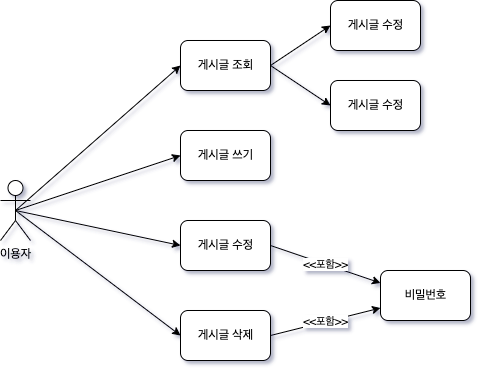
Earlier version of the draw.io export document/Use Case.png (jangjh45/hanghae_Spring_Report). Source tidied: cells renumbered, new cells last; positions are measured from the earlier drawing's top-left corner, leaving out a move shared by most shapes.
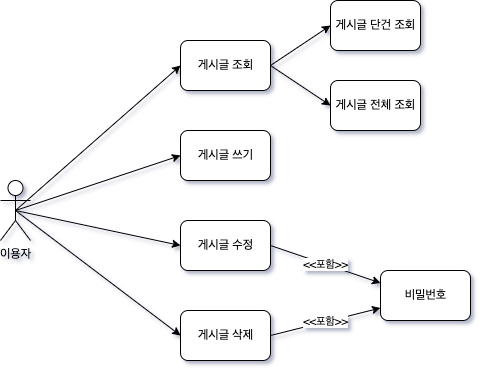
After the commit.

What changed in the source:
```diff
@@ -29,10 +29,10 @@
     <mxCell id="10" style="endArrow=classic;html=1;rounded=0;exitX=0.5;exitY=0.5;exitDx=0;exitDy=0;exitPerimeter=0;entryX=0;entryY=0.5;entryDx=0;entryDy=0;" parent="1" edge="1" source="2" target="8">
       <mxGeometry relative="1" as="geometry" />
     </mxCell>
-    <mxCell id="11" value="게시글 수정" style="html=1;rounded=1;labelBackgroundColor=none;" parent="1" vertex="1">
+    <mxCell id="11" value="게시글 전체 조회" style="html=1;rounded=1;labelBackgroundColor=none;" parent="1" vertex="1">
       <mxGeometry x="330" y="80" width="90" height="50" as="geometry" />
     </mxCell>
-    <mxCell id="12" value="게시글 수정" style="html=1;rounded=1;labelBackgroundColor=none;" parent="1" vertex="1">
+    <mxCell id="12" value="게시글 단건 조회" style="html=1;rounded=1;labelBackgroundColor=none;" parent="1" vertex="1">
       <mxGeometry x="330" width="90" height="50" as="geometry" />
     </mxCell>
     <mxCell id="13" value="비밀번호" style="html=1;rounded=1;labelBackgroundColor=none;" parent="1" vertex="1">
```
